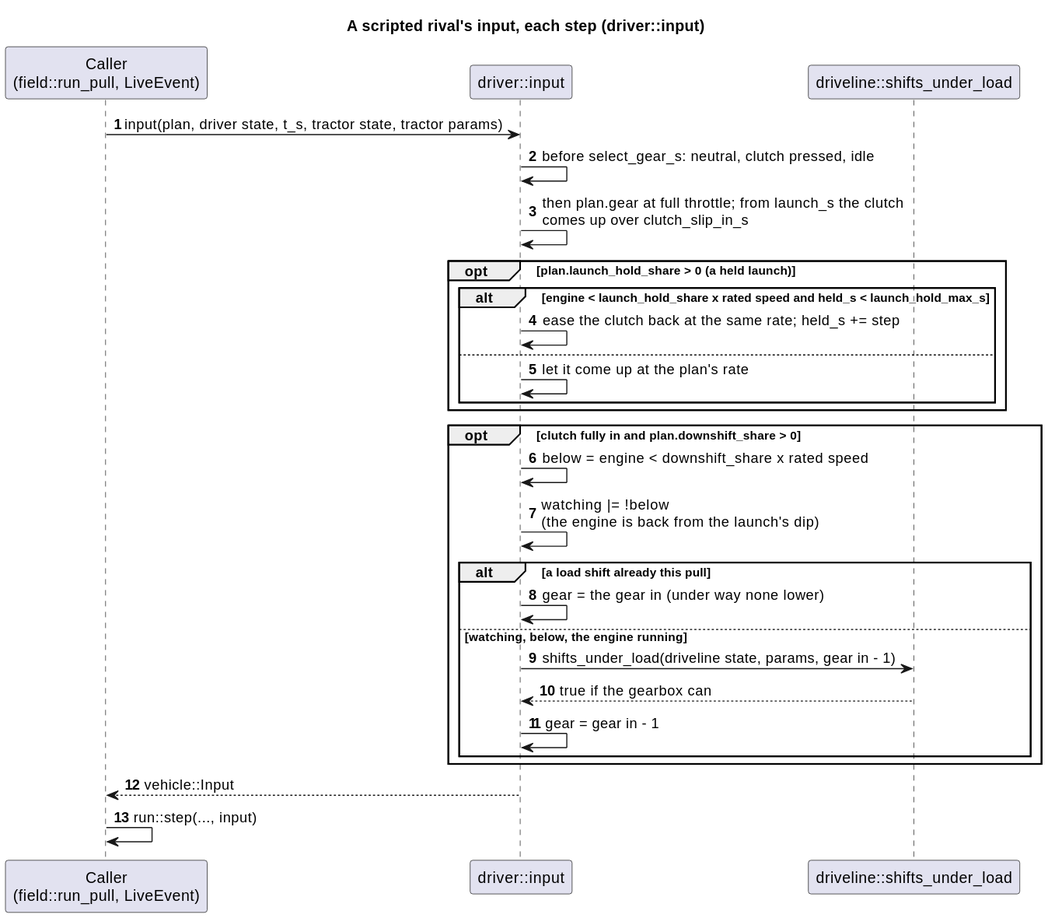
Earlier version of the PlantUML export docs/diagrams/svg/driver_input_sequence.svg (wversteeg/TractorPulling).
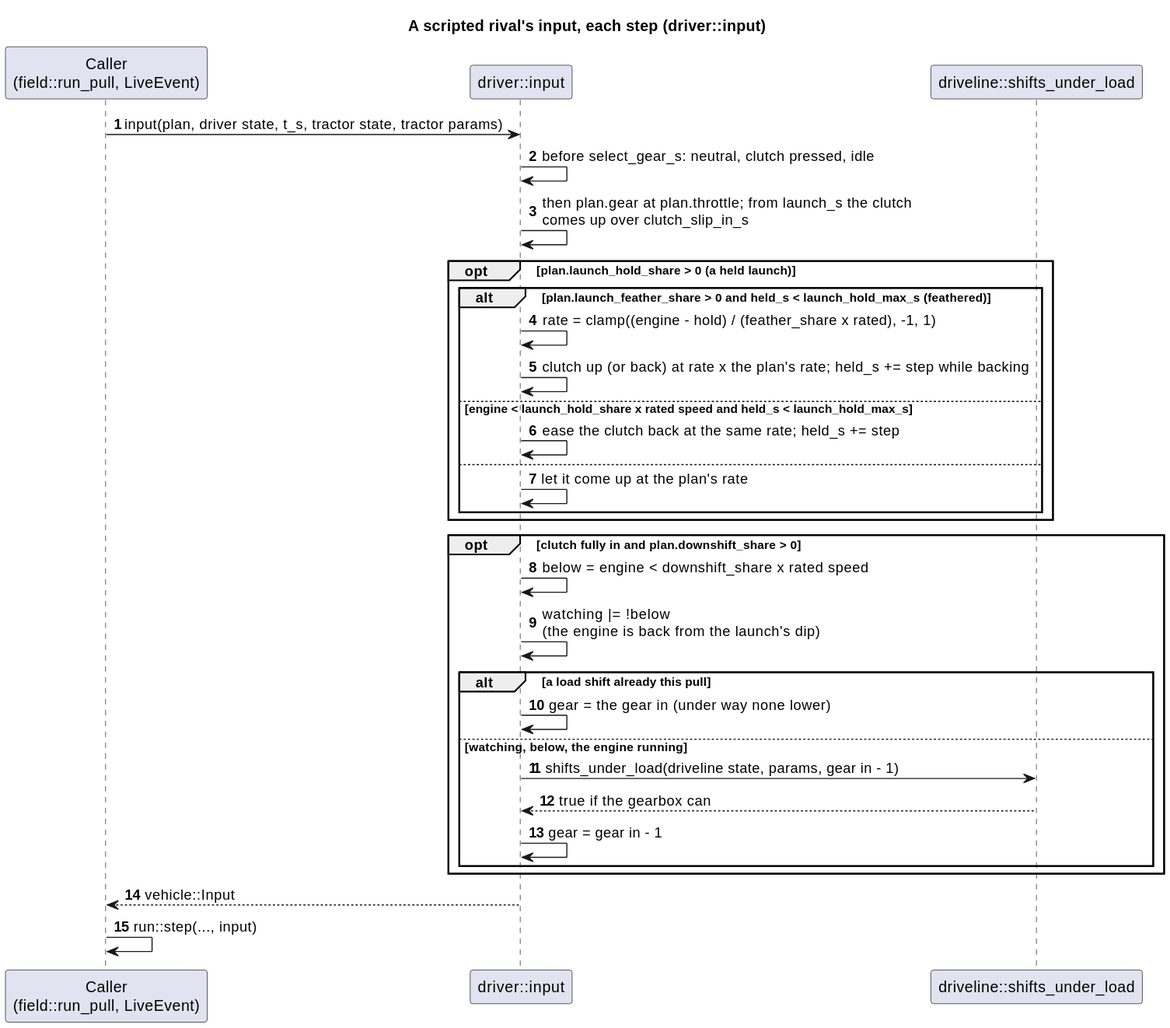
After the change.

The edit, as a diff of the source:
```diff
@@ -7,9 +7,12 @@
 
 Caller -> Driver : input(plan, driver state, t_s, tractor state, tractor params)
 Driver -> Driver : before select_gear_s: neutral, clutch pressed, idle
-Driver -> Driver : then plan.gear at full throttle; from launch_s the clutch\ncomes up over clutch_slip_in_s
+Driver -> Driver : then plan.gear at plan.throttle; from launch_s the clutch\ncomes up over clutch_slip_in_s
 opt plan.launch_hold_share > 0 (a held launch)
-  alt engine < launch_hold_share x rated speed and held_s < launch_hold_max_s
+  alt plan.launch_feather_share > 0 and held_s < launch_hold_max_s (feathered)
+    Driver -> Driver : rate = clamp((engine - hold) / (feather_share x rated), -1, 1)
+    Driver -> Driver : clutch up (or back) at rate x the plan's rate; held_s += step while backing
+  else engine < launch_hold_share x rated speed and held_s < launch_hold_max_s
     Driver -> Driver : ease the clutch back at the same rate; held_s += step
   else
     Driver -> Driver : let it come up at the plan's rate
```
